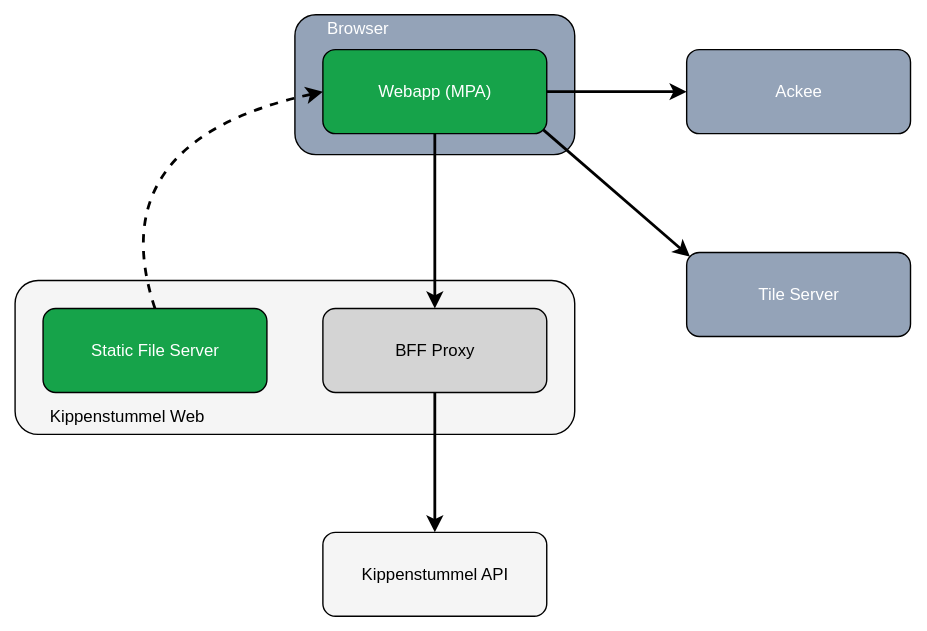
The draw.io diagram docs/images/architecture-overview.svg in MuellerConstantin/kippenstummel-web, before a commit. Source tidied: cells renumbered, new cells last; positions are measured from the earlier drawing's top-left corner, leaving out a move shared by most shapes.
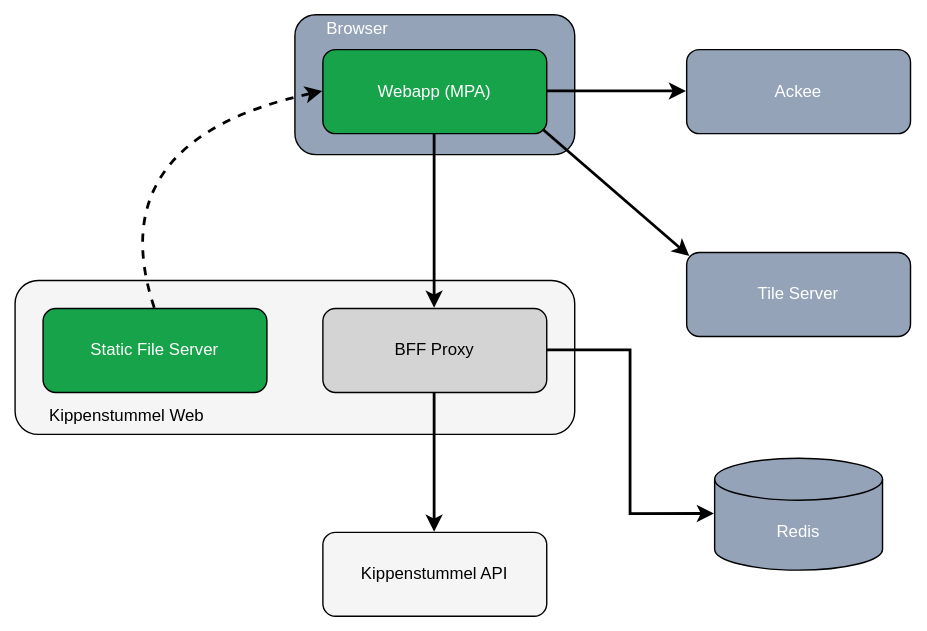
After the change.

The edit, as a diff of the source:
```diff
@@ -2,9 +2,9 @@
   <root>
     <mxCell id="0" />
     <mxCell id="1" parent="0" />
-    <mxCell id="2" style="rounded=1;whiteSpace=wrap;html=1;fillColor=#F5F5F5;" parent="1" vertex="1">
-      <mxGeometry y="190" width="400" height="110" as="geometry" />
-    </mxCell>
+    <mxCell id="17" style="rounded=1;whiteSpace=wrap;html=1;fillColor=#F5F5F5;" parent="1" vertex="1">
+      <mxGeometry y="190" width="400" height="110" as="geometry" />
+    </mxCell>
     <mxCell id="3" value="&lt;span style=&quot;color: rgb(255, 255, 255);&quot;&gt;Static File Server&lt;/span&gt;" style="rounded=1;whiteSpace=wrap;html=1;fillColor=#16A34A;strokeColor=#000000;" parent="1" vertex="1">
       <mxGeometry x="20" y="210" width="160" height="60" as="geometry" />
     </mxCell>
@@ -14,9 +14,9 @@
     <mxCell id="5" value="BFF Proxy" style="rounded=1;whiteSpace=wrap;html=1;fillColor=#D4D4D4;strokeColor=#000000;" parent="1" vertex="1">
       <mxGeometry x="220" y="210" width="160" height="60" as="geometry" />
     </mxCell>
-    <mxCell id="6" style="rounded=1;whiteSpace=wrap;html=1;fillColor=#94A3B8;strokeColor=#000000;" parent="1" vertex="1">
-      <mxGeometry x="200" width="200" height="100" as="geometry" />
-    </mxCell>
+    <mxCell id="18" style="rounded=1;whiteSpace=wrap;html=1;fillColor=#94A3B8;strokeColor=#000000;" parent="1" vertex="1">
+      <mxGeometry x="200" width="200" height="100" as="geometry" />
+    </mxCell>
     <mxCell id="7" style="edgeStyle=orthogonalEdgeStyle;rounded=0;jettySize=auto;html=1;exitX=0.5;exitY=1;exitDx=0;exitDy=0;entryX=0.5;entryY=0;entryDx=0;entryDy=0;strokeWidth=2;" parent="1" edge="1" source="9" target="5">
       <mxGeometry relative="1" as="geometry" />
     </mxCell>
@@ -51,5 +51,11 @@
     <mxCell id="16" style="endArrow=classic;html=1;rounded=0;entryX=0.015;entryY=0.05;entryDx=0;entryDy=0;exitX=0.985;exitY=0.956;exitDx=0;exitDy=0;exitPerimeter=0;entryPerimeter=0;strokeWidth=2;" parent="1" edge="1" source="9" target="13">
       <mxGeometry relative="1" as="geometry" />
     </mxCell>
+    <mxCell id="19" value="&lt;span style=&quot;color: rgb(255, 255, 255);&quot;&gt;Redis&lt;/span&gt;" style="shape=cylinder3;whiteSpace=wrap;html=1;boundedLbl=1;backgroundOutline=1;size=15;fillColor=#94A3B8;" parent="1" vertex="1">
+      <mxGeometry x="500" y="317" width="120" height="80" as="geometry" />
+    </mxCell>
+    <mxCell id="20" style="edgeStyle=orthogonalEdgeStyle;rounded=0;jettySize=auto;html=1;exitX=1;exitY=0.5;exitDx=0;exitDy=0;entryX=0;entryY=0.5;entryDx=0;entryDy=0;entryPerimeter=0;strokeWidth=2;" parent="1" edge="1" source="5" target="19">
+      <mxGeometry relative="1" as="geometry" />
+    </mxCell>
   </root>
 </mxGraphModel>
```
